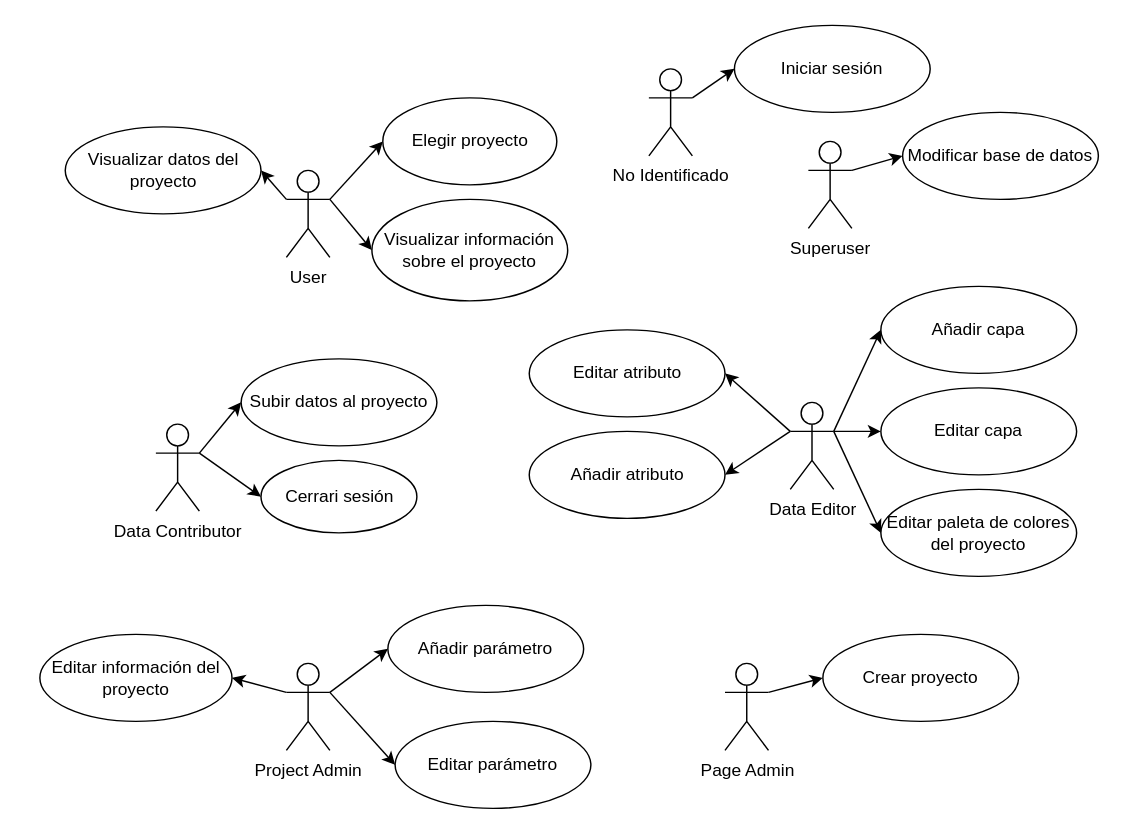
Calcoph/visualizador-potencial-fotovoltaico keeps this draw.io diagram as documentación/casos-uso.drawio. Above is the earlier version. Source tidied: cells renumbered, new cells numbered last; positions are measured from the earlier drawing's top-left corner, leaving out a move shared by most shapes. Both pictures are drawn from the tidied source at 145%, with x=0, y=0 at pixel (39, 25).
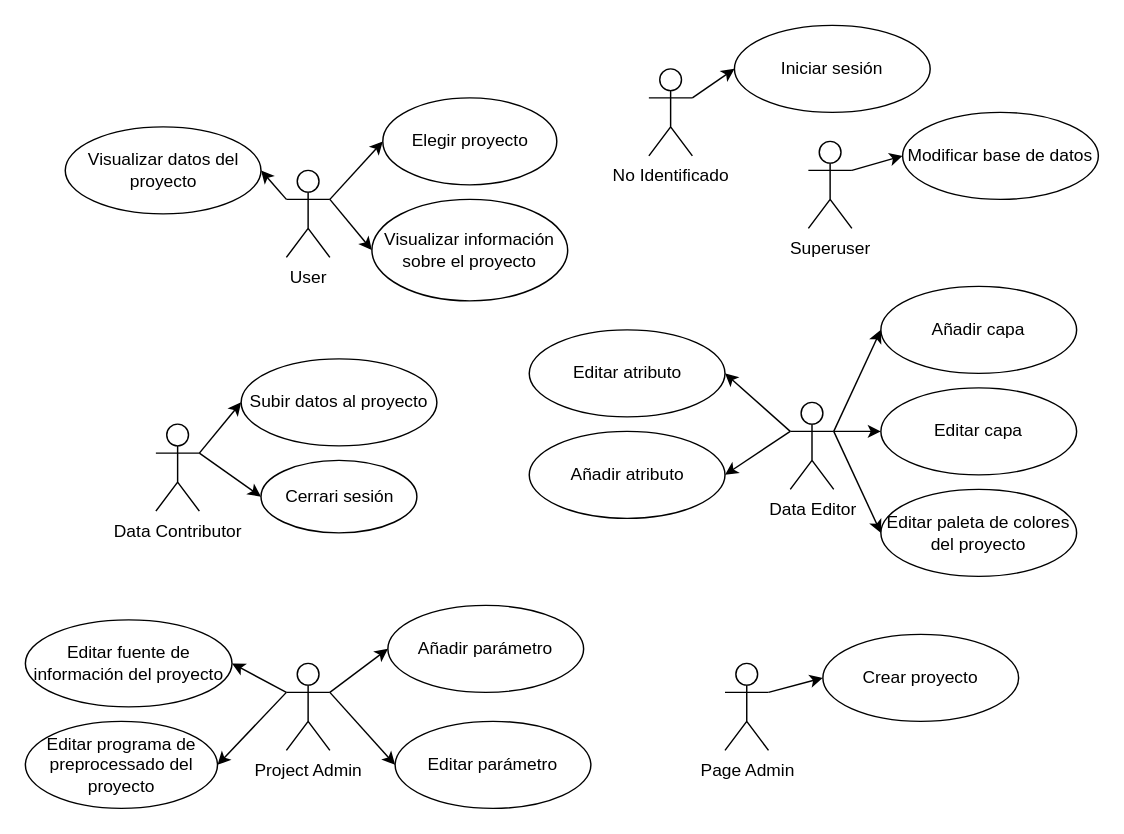
The same page after the edit.

The change refers to these unchanged cells:
```xml
<mxCell id="27" value="Project Admin" style="shape=umlActor;verticalLabelPosition=bottom;verticalAlign=top;html=1;" parent="1" vertex="1">
  <mxGeometry x="170" y="440" width="30" height="60" as="geometry" />
</mxCell>
```

Change to the diagram source:
```diff
@@
+    <mxCell id="41" style="edgeStyle=none;html=1;exitX=0;exitY=0.3333333333333333;exitDx=0;exitDy=0;exitPerimeter=0;entryX=1;entryY=0.5;entryDx=0;entryDy=0;" parent="1" edge="1" source="27" target="42">
+      <mxGeometry relative="1" as="geometry" />
+    </mxCell>
@@
-    <mxCell id="30" value="Editar información del proyecto" style="ellipse;whiteSpace=wrap;html=1;" parent="1" vertex="1">
-      <mxGeometry y="420" width="132.5" height="60" as="geometry" />
+    <mxCell id="30" value="Editar fuente de información del proyecto" style="ellipse;whiteSpace=wrap;html=1;" parent="1" vertex="1">
+      <mxGeometry x="-10" y="410" width="142.5" height="60" as="geometry" />
     </mxCell>
@@
+    <mxCell id="42" value="Editar programa de preprocessado del proyecto" style="ellipse;whiteSpace=wrap;html=1;" parent="1" vertex="1">
+      <mxGeometry x="-10" y="480" width="132.5" height="60" as="geometry" />
+    </mxCell>
```
